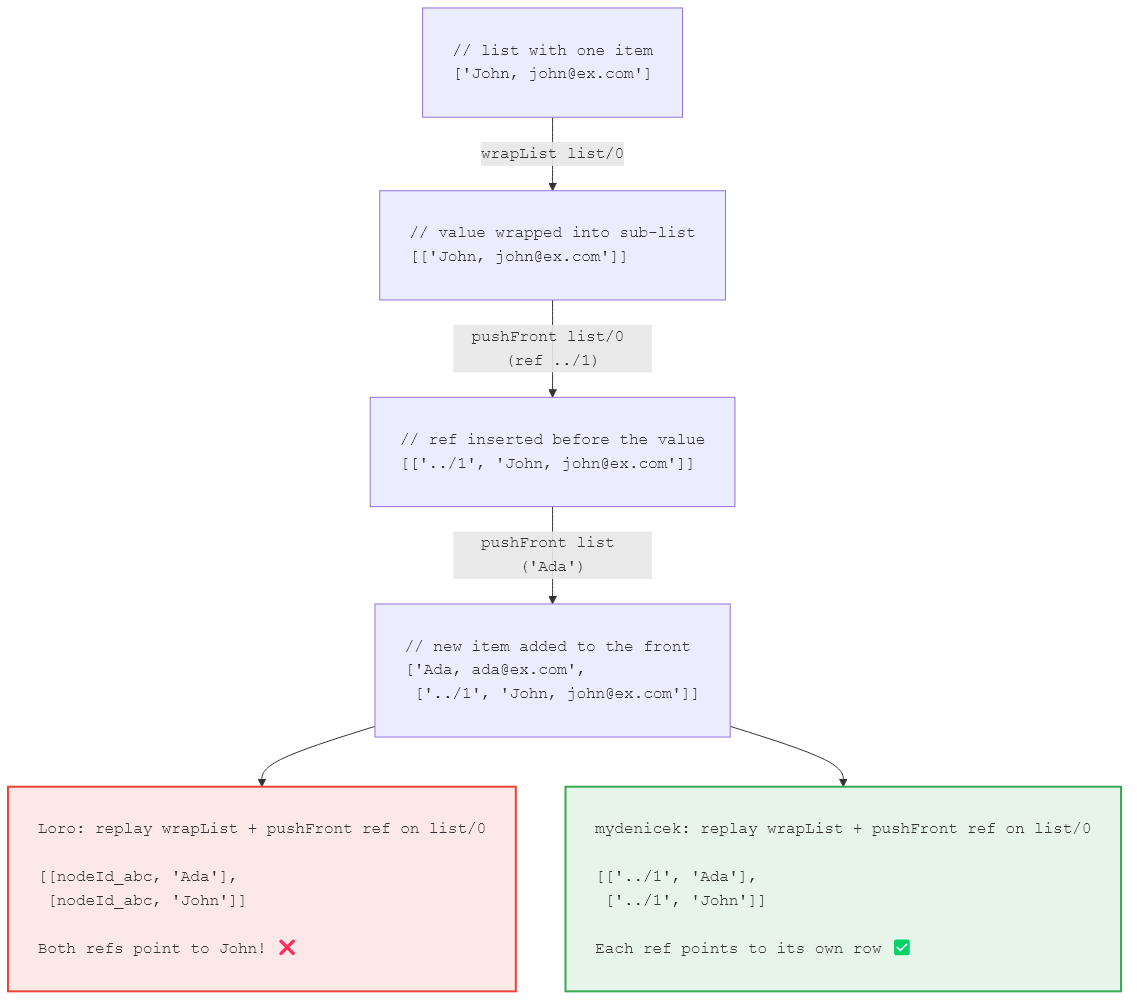
Earlier version of the Mermaid export img/retargeting.png (krsion/master-thesis). Its source is kept beside it as img/retargeting.mmd.
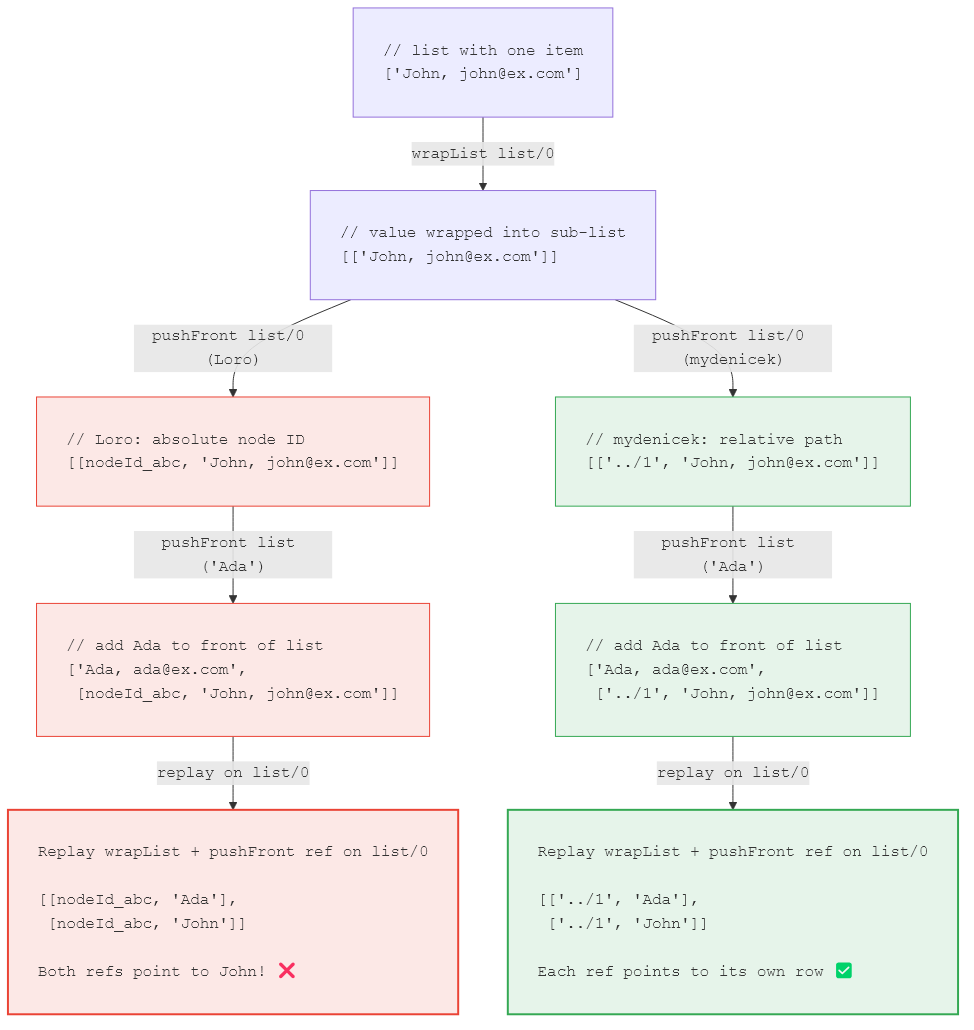
The same diagram one commit later.

Commit message:
Retargeting diagram: diverge at pushFront step (Loro vs mydenicek)

Loro inserts nodeId_abc, mydenicek inserts '../1'. Two parallel
tracks through Ada insertion to final replay comparison.

Change to the diagram source:
```diff
@@ -10,23 +10,38 @@
 [['John, john@ex.com']]
 </pre>"]
 
-    S3["<pre style='text-align:left'>
-// ref inserted before the value
+    S1 -- "wrapList list/0" --> S2
+
+    LORO1["<pre style='text-align:left'>
+// Loro: absolute node ID
+[[nodeId_abc, 'John, john@ex.com']]
+</pre>"]
+
+    CUSTOM1["<pre style='text-align:left'>
+// mydenicek: relative path
 [['../1', 'John, john@ex.com']]
 </pre>"]
 
-    S4["<pre style='text-align:left'>
-// new item added to the front
+    S2 -- "pushFront list/0 (Loro)" --> LORO1
+    S2 -- "pushFront list/0 (mydenicek)" --> CUSTOM1
+
+    LORO2["<pre style='text-align:left'>
+// add Ada to front of list
+['Ada, ada@ex.com',
+ [nodeId_abc, 'John, john@ex.com']]
+</pre>"]
+
+    CUSTOM2["<pre style='text-align:left'>
+// add Ada to front of list
 ['Ada, ada@ex.com',
  ['../1', 'John, john@ex.com']]
 </pre>"]
 
-    S1 -- "wrapList list/0" --> S2
-    S2 -- "pushFront list/0 (ref ../1)" --> S3
-    S3 -- "pushFront list ('Ada')" --> S4
+    LORO1 -- "pushFront list ('Ada')" --> LORO2
+    CUSTOM1 -- "pushFront list ('Ada')" --> CUSTOM2
 
     RL["<pre style='text-align:left'>
-Loro: replay wrapList + pushFront ref on list/0
+Replay wrapList + pushFront ref on list/0
 
 [[nodeId_abc, 'Ada'],
  [nodeId_abc, 'John']]
@@ -35,7 +50,7 @@
 </pre>"]
 
     RC["<pre style='text-align:left'>
-mydenicek: replay wrapList + pushFront ref on list/0
+Replay wrapList + pushFront ref on list/0
 
 [['../1', 'Ada'],
  ['../1', 'John']]
@@ -43,8 +58,12 @@
 Each ref points to its own row ✅
 </pre>"]
 
-    S4 --> RL
-    S4 --> RC
+    LORO2 -- "replay on list/0" --> RL
+    CUSTOM2 -- "replay on list/0" --> RC
 
     style RL fill:#fce8e6,stroke:#ea4335,stroke-width:2px
     style RC fill:#e6f4ea,stroke:#34a853,stroke-width:2px
+    style LORO1 fill:#fce8e6,stroke:#ea4335,stroke-width:1px
+    style CUSTOM1 fill:#e6f4ea,stroke:#34a853,stroke-width:1px
+    style LORO2 fill:#fce8e6,stroke:#ea4335,stroke-width:1px
+    style CUSTOM2 fill:#e6f4ea,stroke:#34a853,stroke-width:1px
```
